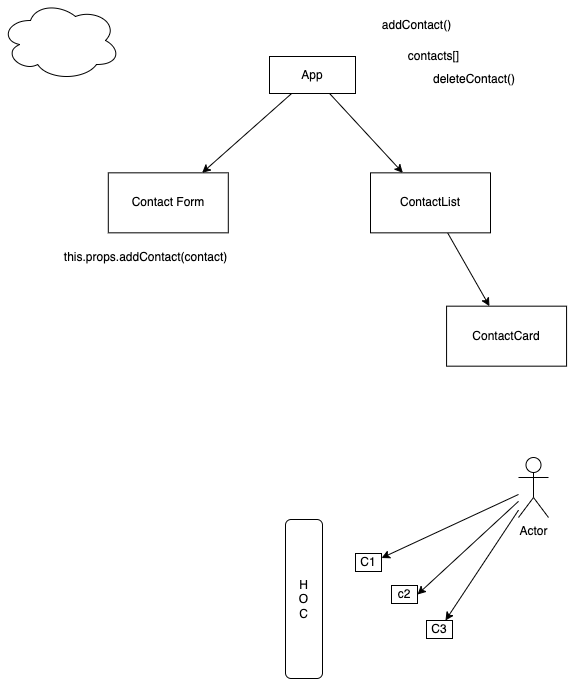
Above: images/day12.drawio.png in adithnaveen/2022-sapient-react-node-graphql (draw.io), before the change. Source tidied: cells renumbered, new cells last; positions are measured from the earlier drawing's top-left corner, leaving out a move shared by most shapes.
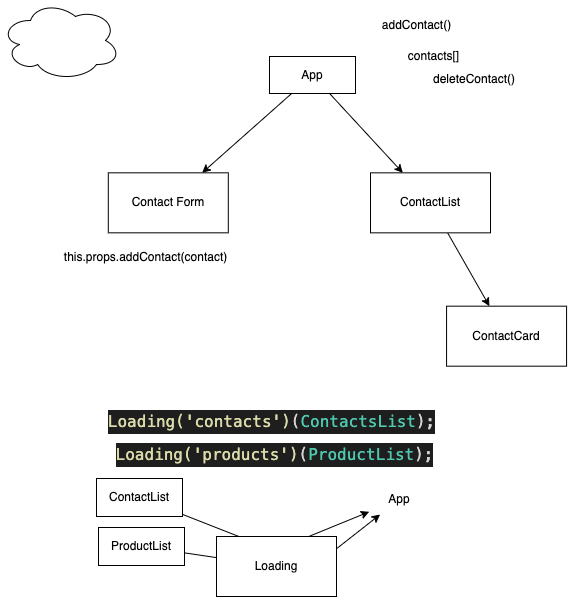
After the commit.

Diff of the diagram source:
```diff
@@ -2,6 +2,13 @@
   <root>
     <mxCell id="0" />
     <mxCell id="1" parent="0" />
+    <mxCell id="22" style="edgeStyle=none;html=1;startArrow=none;" parent="1" edge="1" source="27" target="25">
+      <mxGeometry relative="1" as="geometry">
+        <Array as="points">
+          <mxPoint x="279" y="593" />
+        </Array>
+      </mxGeometry>
+    </mxCell>
     <mxCell id="2" style="edgeStyle=none;html=1;" parent="1" edge="1" source="4" target="5">
       <mxGeometry relative="1" as="geometry" />
     </mxCell>
@@ -38,29 +45,33 @@
     <mxCell id="13" value="this.props.addContact(contact)" style="text;html=1;align=center;verticalAlign=middle;strokeColor=none;fillColor=none;" parent="1" vertex="1">
       <mxGeometry x="58" y="248" width="174" height="18" as="geometry" />
     </mxCell>
-    <mxCell id="14" value="C1" style="rounded=0;whiteSpace=wrap;html=1;" parent="1" vertex="1">
-      <mxGeometry x="355" y="553" width="26" height="18" as="geometry" />
-    </mxCell>
-    <mxCell id="15" value="c2" style="rounded=0;whiteSpace=wrap;html=1;" parent="1" vertex="1">
-      <mxGeometry x="391" y="585" width="26" height="18" as="geometry" />
-    </mxCell>
-    <mxCell id="16" value="C3" style="rounded=0;whiteSpace=wrap;html=1;" parent="1" vertex="1">
-      <mxGeometry x="426" y="620" width="26" height="18" as="geometry" />
-    </mxCell>
-    <mxCell id="17" value="H&lt;br&gt;O&lt;br&gt;C" style="rounded=1;whiteSpace=wrap;html=1;" parent="1" vertex="1">
-      <mxGeometry x="285" y="519" width="37" height="159" as="geometry" />
-    </mxCell>
-    <mxCell id="18" style="edgeStyle=none;html=1;entryX=1;entryY=0.25;entryDx=0;entryDy=0;" parent="1" edge="1" source="21" target="14">
-      <mxGeometry relative="1" as="geometry" />
-    </mxCell>
-    <mxCell id="19" style="edgeStyle=none;html=1;entryX=1;entryY=0.5;entryDx=0;entryDy=0;" parent="1" edge="1" source="21" target="15">
-      <mxGeometry relative="1" as="geometry" />
-    </mxCell>
-    <mxCell id="20" style="edgeStyle=none;html=1;" parent="1" edge="1" source="21" target="16">
-      <mxGeometry relative="1" as="geometry" />
-    </mxCell>
-    <mxCell id="21" value="Actor" style="shape=umlActor;verticalLabelPosition=bottom;verticalAlign=top;html=1;outlineConnect=0;" parent="1" vertex="1">
-      <mxGeometry x="518" y="457" width="30" height="60" as="geometry" />
-    </mxCell>
+    <mxCell id="23" style="edgeStyle=none;html=1;" parent="1" edge="1" source="24" target="25">
+      <mxGeometry relative="1" as="geometry">
+        <Array as="points">
+          <mxPoint x="274" y="550" />
+        </Array>
+      </mxGeometry>
+    </mxCell>
+    <mxCell id="24" value="ContactList" style="rounded=0;whiteSpace=wrap;html=1;" parent="1" vertex="1">
+      <mxGeometry x="96" y="478" width="86" height="38" as="geometry" />
+    </mxCell>
+    <mxCell id="25" value="App" style="text;html=1;strokeColor=none;fillColor=none;align=center;verticalAlign=middle;whiteSpace=wrap;rounded=0;" parent="1" vertex="1">
+      <mxGeometry x="368.7" y="484" width="60" height="30" as="geometry" />
+    </mxCell>
+    <mxCell id="26" value="ProductList" style="rounded=0;whiteSpace=wrap;html=1;" parent="1" vertex="1">
+      <mxGeometry x="98" y="527" width="86" height="38" as="geometry" />
+    </mxCell>
+    <mxCell id="27" value="Loading" style="rounded=0;whiteSpace=wrap;html=1;" parent="1" vertex="1">
+      <mxGeometry x="216" y="536" width="120" height="60" as="geometry" />
+    </mxCell>
+    <mxCell id="28" style="edgeStyle=none;html=1;endArrow=none;" parent="1" edge="1" source="26" target="27">
+      <mxGeometry relative="1" as="geometry" />
+    </mxCell>
+    <mxCell id="29" value="&lt;div style=&quot;color: rgb(212 , 212 , 212) ; background-color: rgb(30 , 30 , 30) ; font-family: &amp;#34;menlo&amp;#34; , &amp;#34;monaco&amp;#34; , &amp;#34;courier new&amp;#34; , monospace ; font-size: 16px ; line-height: 24px&quot;&gt;&lt;span style=&quot;color: #dcdcaa&quot;&gt;Loading('contacts')&lt;/span&gt;(&lt;span style=&quot;color: #4ec9b0&quot;&gt;ContactsList&lt;/span&gt;);&lt;/div&gt;" style="text;html=1;align=center;verticalAlign=middle;strokeColor=none;fillColor=none;" parent="1" vertex="1">
+      <mxGeometry x="102" y="407" width="338" height="28" as="geometry" />
+    </mxCell>
+    <mxCell id="30" value="&lt;div style=&quot;color: rgb(212 , 212 , 212) ; background-color: rgb(30 , 30 , 30) ; font-family: &amp;#34;menlo&amp;#34; , &amp;#34;monaco&amp;#34; , &amp;#34;courier new&amp;#34; , monospace ; font-size: 16px ; line-height: 24px&quot;&gt;&lt;span style=&quot;color: #dcdcaa&quot;&gt;Loading('products')&lt;/span&gt;(&lt;span style=&quot;color: #4ec9b0&quot;&gt;ProductList&lt;/span&gt;);&lt;/div&gt;" style="text;html=1;align=center;verticalAlign=middle;strokeColor=none;fillColor=none;" parent="1" vertex="1">
+      <mxGeometry x="110" y="440" width="328" height="28" as="geometry" />
+    </mxCell>
   </root>
 </mxGraphModel>
```
